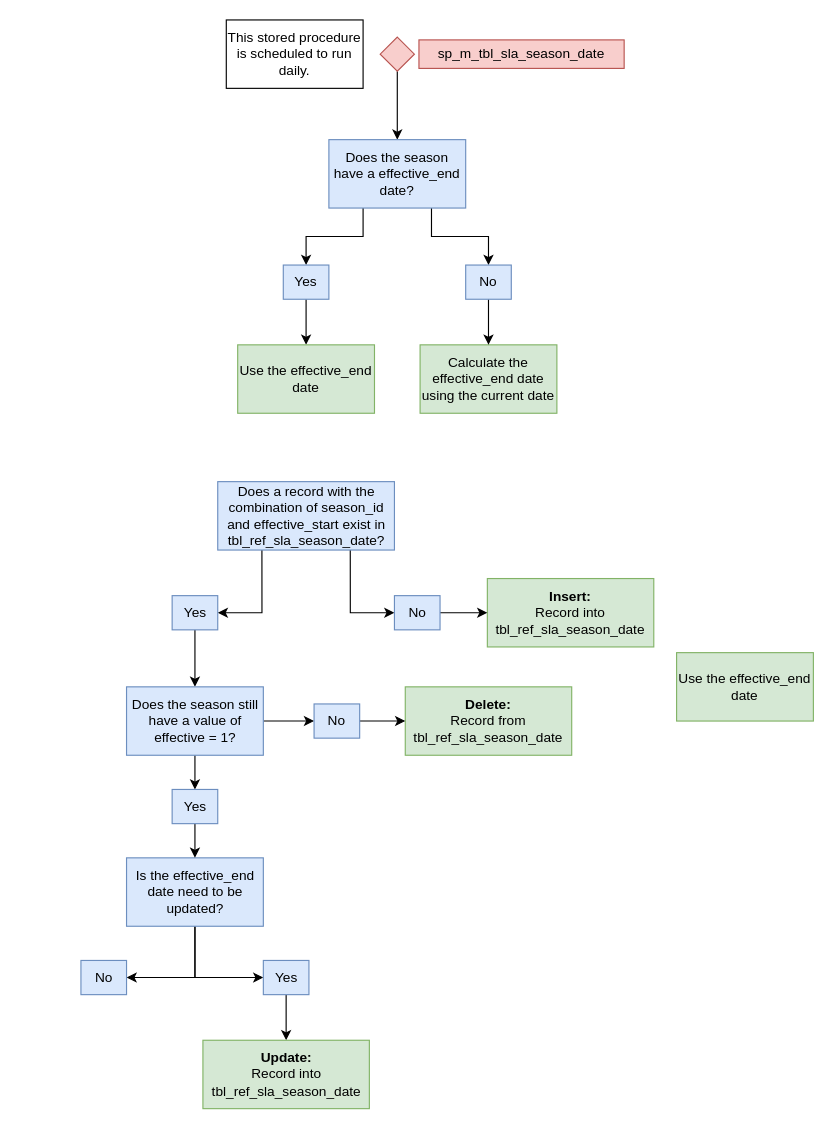
Earlier version of the draw.io diagram images/sp_m_tbl_sla_season_date.drawio (NYC-Parks/SLADB). Source tidied: cells renumbered, new cells numbered last; positions are measured from the earlier drawing's top-left corner, leaving out a move shared by most shapes. Both pictures are drawn from the tidied source at 114%, with x=0, y=0 at pixel (81, 19).
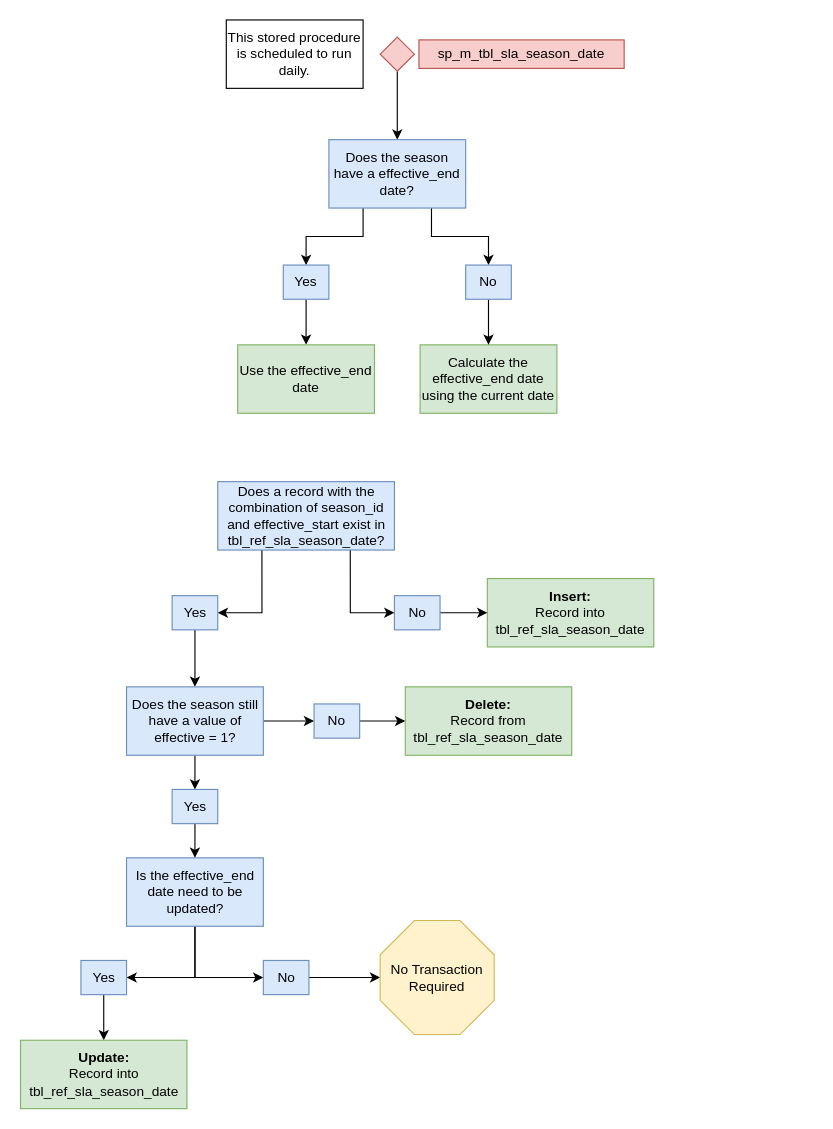
Above is the later version.

What changed in the source:
```diff
@@
-    <mxCell id="19" value="Use the effective_end date" style="rounded=0;whiteSpace=wrap;html=1;fillColor=#d5e8d4;strokeColor=#82b366;" parent="1" vertex="1">
-      <mxGeometry x="522" y="555" width="120" height="60" as="geometry" />
-    </mxCell>
@@
-    <mxCell id="27" style="edgeStyle=orthogonalEdgeStyle;rounded=0;jettySize=auto;html=1;exitX=0.5;exitY=1;exitDx=0;exitDy=0;" parent="1" edge="1" source="28" target="30">
-      <mxGeometry relative="1" as="geometry" />
-    </mxCell>
+    <mxCell id="39" style="edgeStyle=orthogonalEdgeStyle;rounded=0;jettySize=auto;html=1;exitX=1;exitY=0.5;exitDx=0;exitDy=0;entryX=0;entryY=0.5;entryDx=0;entryDy=0;entryPerimeter=0;" parent="1" edge="1" source="28" target="41">
+      <mxGeometry relative="1" as="geometry" />
+    </mxCell>
-    <mxCell id="28" value="Yes" style="rounded=0;whiteSpace=wrap;html=1;fillColor=#dae8fc;strokeColor=#6c8ebf;" parent="1" vertex="1">
+    <mxCell id="28" value="No" style="rounded=0;whiteSpace=wrap;html=1;fillColor=#dae8fc;strokeColor=#6c8ebf;" parent="1" vertex="1">
       <mxGeometry x="159.5" y="825" width="40" height="30" as="geometry" />
     </mxCell>
+    <mxCell id="40" style="edgeStyle=orthogonalEdgeStyle;rounded=0;jettySize=auto;html=1;exitX=0.5;exitY=1;exitDx=0;exitDy=0;" parent="1" edge="1" source="29" target="30">
+      <mxGeometry relative="1" as="geometry" />
+    </mxCell>
-    <mxCell id="29" value="No" style="rounded=0;whiteSpace=wrap;html=1;fillColor=#dae8fc;strokeColor=#6c8ebf;" parent="1" vertex="1">
+    <mxCell id="29" value="Yes" style="rounded=0;whiteSpace=wrap;html=1;fillColor=#dae8fc;strokeColor=#6c8ebf;" parent="1" vertex="1">
       <mxGeometry x="-0.5" y="825" width="40" height="30" as="geometry" />
     </mxCell>
     <mxCell id="30" value="&lt;b&gt;Update:&lt;/b&gt;&lt;br&gt;Record into tbl_ref_sla_season_date" style="rounded=0;whiteSpace=wrap;html=1;fillColor=#d5e8d4;strokeColor=#82b366;" parent="1" vertex="1">
-      <mxGeometry x="106.5" y="895" width="146" height="60" as="geometry" />
+      <mxGeometry x="-53.5" y="895" width="146" height="60" as="geometry" />
     </mxCell>
@@
+    <mxCell id="41" value="No Transaction Required" style="whiteSpace=wrap;html=1;shape=mxgraph.basic.octagon2;align=center;verticalAlign=middle;dx=15;fillColor=#fff2cc;strokeColor=#d6b656;" parent="1" vertex="1">
+      <mxGeometry x="262" y="790" width="100" height="100" as="geometry" />
+    </mxCell>
```
